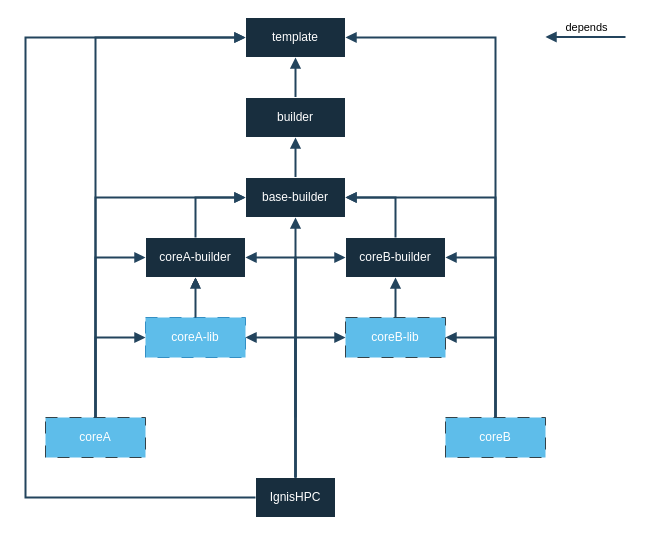
Earlier version of the draw.io diagram src/figures/docker-images.drawio (m4rok97/docs). Source tidied: cells renumbered, new cells numbered last; positions are measured from the earlier drawing's top-left corner, leaving out a move shared by most shapes. Both pictures are drawn from the tidied source at 100%, with x=0, y=0 at pixel (25, 17).
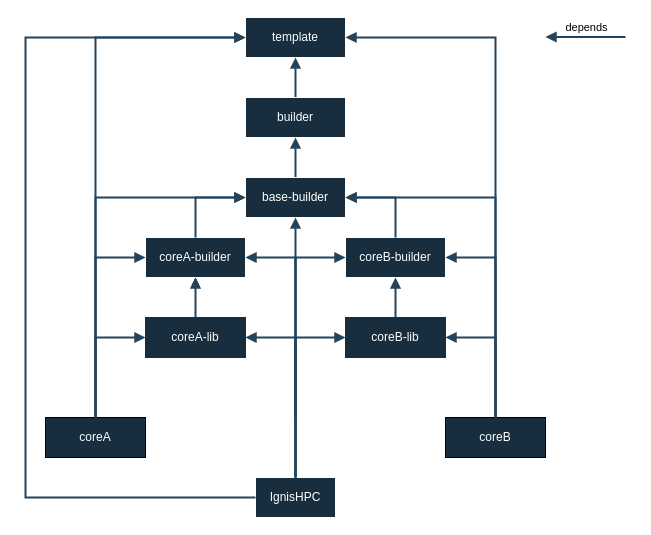
After the change.

Commit message (it also covers changes not shown here):
Delete different style for optional images boxes

The edit, as a diff of the source:
```diff
@@
-    <mxCell id="7" value="coreA" style="rounded=0;whiteSpace=wrap;html=1;fillColor=#1ba1e2;strokeColor=light-dark(#000000, #51afe7);fontColor=#ffffff;dashed=1;dashPattern=12 12;opacity=70;" parent="1" vertex="1">
+    <mxCell id="7" value="coreA" style="rounded=0;whiteSpace=wrap;html=1;fillColor=#182E3E;strokeColor=light-dark(#000000, #51afe7);fontColor=#ffffff;strokeWidth=1;" parent="1" vertex="1">
       <mxGeometry x="20" y="400" width="100" height="40" as="geometry" />
     </mxCell>
@@
-    <mxCell id="9" value="coreA-lib" style="rounded=0;whiteSpace=wrap;html=1;fillColor=#1ba1e2;strokeColor=#006EAF;fontColor=#ffffff;dashed=1;dashPattern=12 12;opacity=70;" parent="1" vertex="1">
+    <mxCell id="9" value="coreA-lib" style="rounded=0;whiteSpace=wrap;html=1;fillColor=#182E3E;strokeColor=light-dark(#182E3E,#000000);fontColor=#ffffff;strokeWidth=1;" parent="1" vertex="1">
       <mxGeometry x="120" y="300" width="100" height="40" as="geometry" />
     </mxCell>
@@
-    <mxCell id="13" value="coreB" style="rounded=0;whiteSpace=wrap;html=1;fillColor=#1ba1e2;strokeColor=light-dark(#000000, #51afe7);fontColor=#ffffff;dashed=1;dashPattern=12 12;opacity=70;" parent="1" vertex="1">
+    <mxCell id="13" value="coreB" style="rounded=0;whiteSpace=wrap;html=1;fillColor=#182E3E;strokeColor=light-dark(#000000,#51AFE7);fontColor=#ffffff;strokeWidth=1;" parent="1" vertex="1">
       <mxGeometry x="420" y="400" width="100" height="40" as="geometry" />
     </mxCell>
-    <mxCell id="14" value="coreB-lib" style="rounded=0;whiteSpace=wrap;html=1;fillColor=#1ba1e2;strokeColor=light-dark(#000000, #51afe7);fontColor=#ffffff;dashed=1;dashPattern=12 12;strokeWidth=1;perimeterSpacing=0;opacity=70;" parent="1" vertex="1">
+    <mxCell id="14" value="coreB-lib" style="rounded=0;whiteSpace=wrap;html=1;fillColor=#182E3E;strokeColor=light-dark(#182E3E,#51AFE7);fontColor=#ffffff;strokeWidth=1;perimeterSpacing=0;" parent="1" vertex="1">
       <mxGeometry x="320" y="300" width="100" height="40" as="geometry" />
     </mxCell>
```
